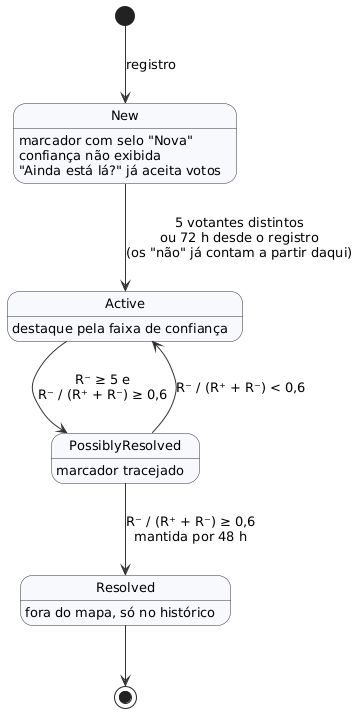
Above: docs/diagramas/06_estado.png in VictorHenriqueTerraCheru/TCC.back (PlantUML), before the change. Source of this version:
```plantuml
@startuml
!include _style.iuml
hide empty description
[*] --> New : registro
New : marcador com selo "Nova"
New : confiança não exibida
New : "Ainda está lá?" já aceita votos
Active : destaque pela faixa de confiança
PossiblyResolved : marcador tracejado
Resolved : fora do mapa, só no histórico
New --> Active : 5 votantes distintos\nou 72 h desde o registro\n(os "não" já contam a partir daqui)
Active --> PossiblyResolved : R⁻ ≥ 5 e\nR⁻ / (R⁺ + R⁻) ≥ 0,6
PossiblyResolved --> Active : R⁻ / (R⁺ + R⁻) < 0,6
PossiblyResolved --> Resolved : R⁻ / (R⁺ + R⁻) ≥ 0,6\nmantida por 48 h
Resolved --> [*]
@enduml
```
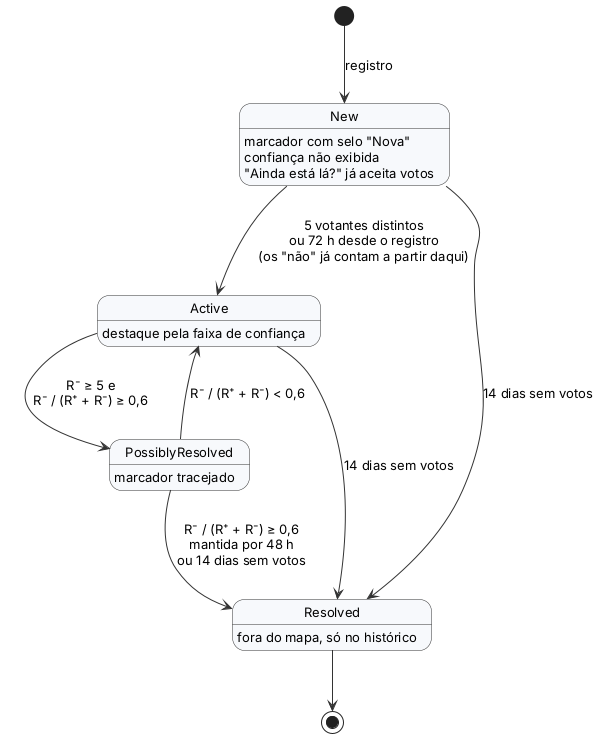
Later version of the same file.

Commit message:
feat(confianca): resolver problema após 14 dias sem votos

The edit, as a diff of the source:
```diff
@@ -11,6 +11,8 @@
 New --> Active : 5 votantes distintos\nou 72 h desde o registro\n(os "não" já contam a partir daqui)
 Active --> PossiblyResolved : R⁻ ≥ 5 e\nR⁻ / (R⁺ + R⁻) ≥ 0,6
 PossiblyResolved --> Active : R⁻ / (R⁺ + R⁻) < 0,6
-PossiblyResolved --> Resolved : R⁻ / (R⁺ + R⁻) ≥ 0,6\nmantida por 48 h
+PossiblyResolved --> Resolved : R⁻ / (R⁺ + R⁻) ≥ 0,6\nmantida por 48 h\nou 14 dias sem votos
+New --> Resolved : 14 dias sem votos
+Active --> Resolved : 14 dias sem votos
 Resolved --> [*]
 @enduml
```
